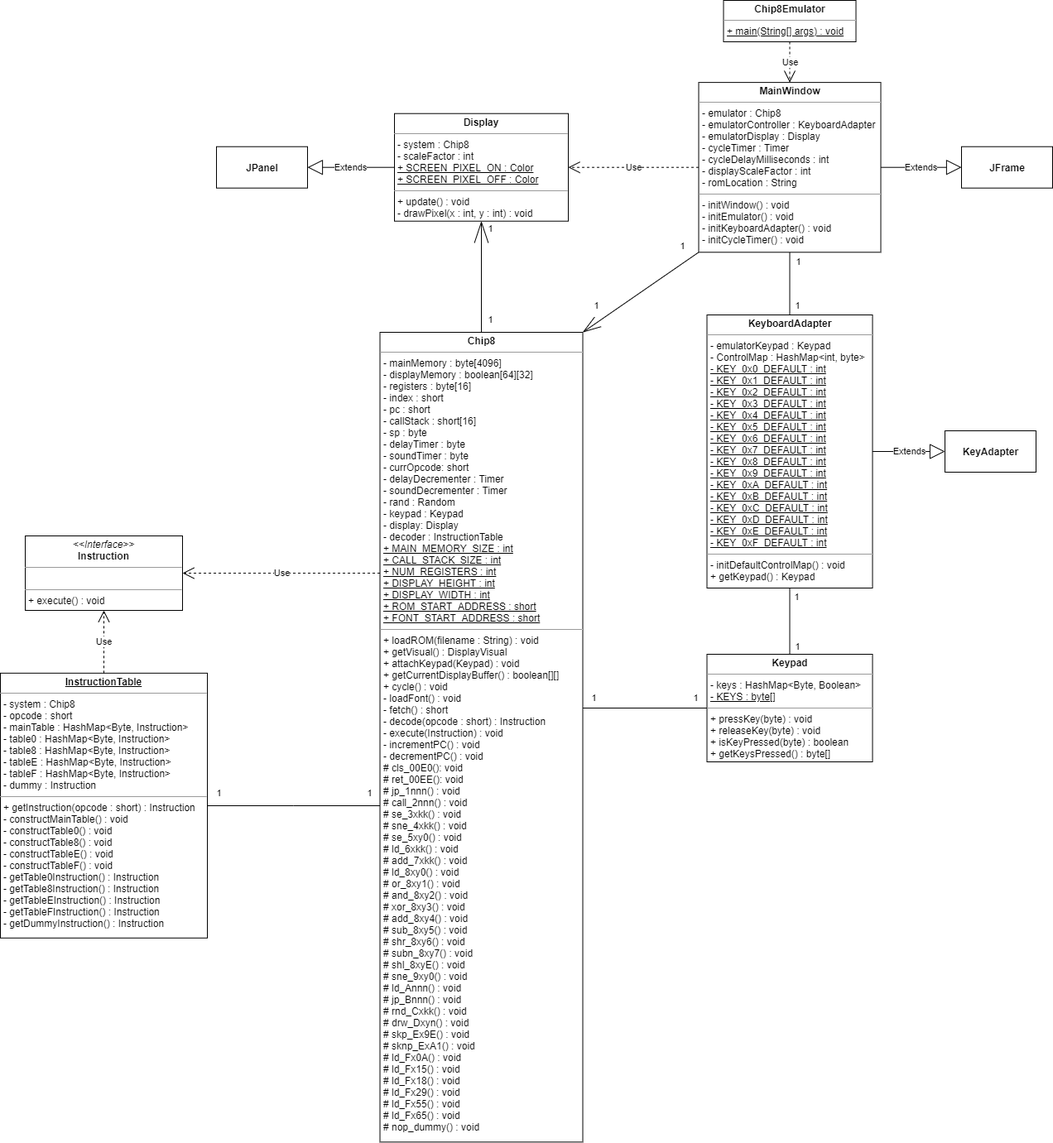
Earlier version of the draw.io export diagrams/ClassDiagram.png (Pokepeople02/Chip8). Source tidied: cells renumbered, new cells last; positions are measured from the earlier drawing's top-left corner, leaving out a move shared by most shapes.
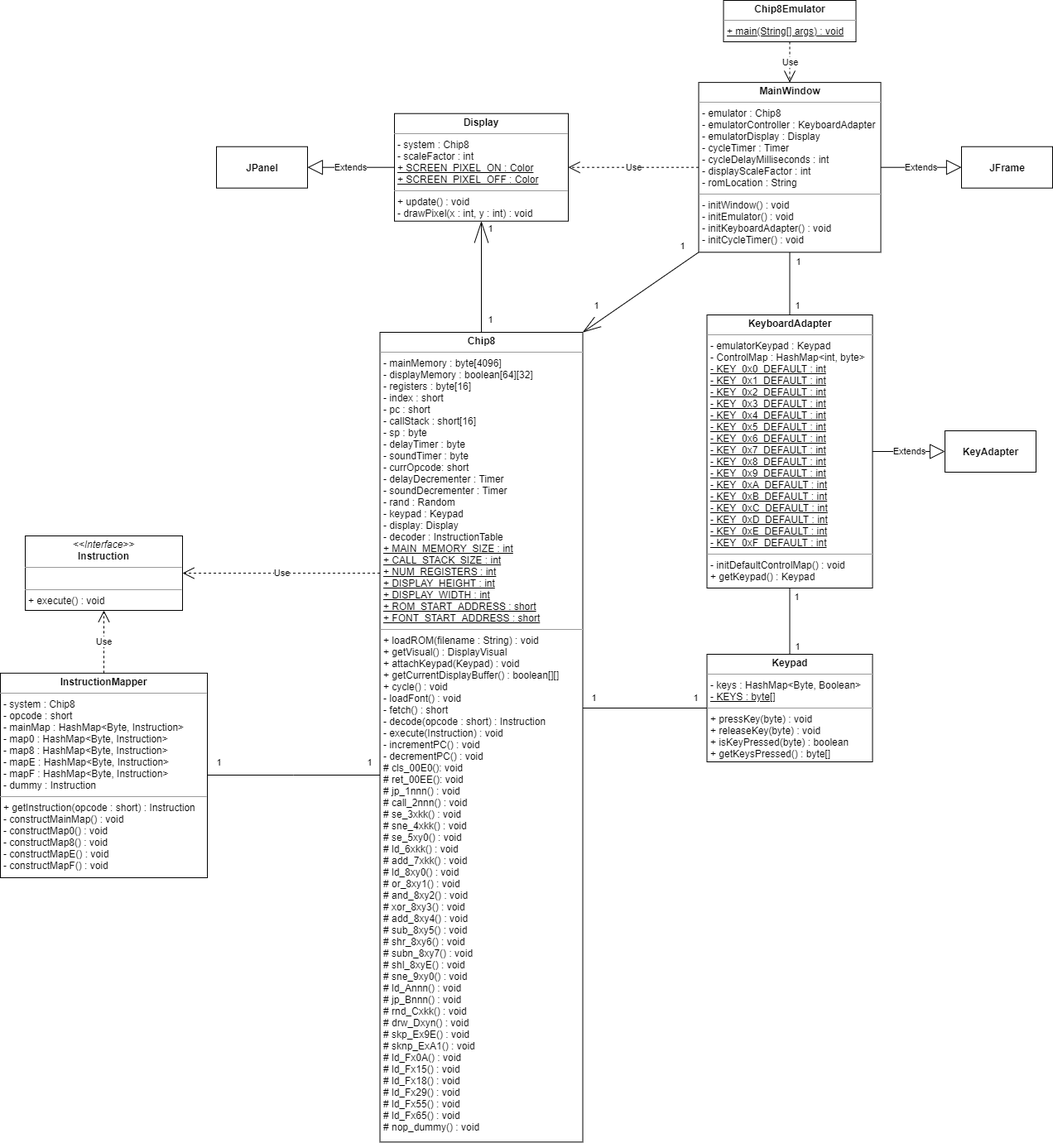
After the change.

Commit message:
Changed InstructionTable to InstructionMapper for better clarity.

Changed instances of 'Table' to 'Map' to better reflect the class'
nature.
Changed name of class from InstructionTable to InstructionMapper to
better reflect the class' nature.

Diff of the diagram source:
```diff
@@ -34,8 +34,8 @@
     <mxCell id="9" value="&lt;p style=&quot;margin: 0px ; margin-top: 4px ; text-align: center&quot;&gt;&lt;b&gt;Keypad&lt;/b&gt;&lt;/p&gt;&lt;hr size=&quot;1&quot;&gt;&lt;p style=&quot;margin: 0px ; margin-left: 4px&quot;&gt;- keys : HashMap&amp;lt;Byte, Boolean&amp;gt;&lt;/p&gt;&lt;p style=&quot;margin: 0px ; margin-left: 4px&quot;&gt;&lt;u&gt;- KEYS : byte[]&lt;/u&gt;&lt;/p&gt;&lt;hr size=&quot;1&quot;&gt;&lt;p style=&quot;margin: 0px ; margin-left: 4px&quot;&gt;&lt;span&gt;+ pressKey(byte) : void&lt;/span&gt;&lt;br&gt;&lt;/p&gt;&lt;p style=&quot;margin: 0px ; margin-left: 4px&quot;&gt;&lt;span&gt;+ releaseKey(byte) : void&lt;/span&gt;&lt;/p&gt;&lt;p style=&quot;margin: 0px ; margin-left: 4px&quot;&gt;+ isKeyPressed(byte) : boolean&lt;/p&gt;&lt;p style=&quot;margin: 0px ; margin-left: 4px&quot;&gt;+ getKeysPressed() : byte[]&lt;/p&gt;" style="verticalAlign=top;align=left;overflow=fill;fontSize=12;fontFamily=Helvetica;html=1;" parent="1" vertex="1">
       <mxGeometry x="853.5" y="790" width="200" height="130" as="geometry" />
     </mxCell>
-    <mxCell id="10" value="&lt;p style=&quot;margin: 0px ; margin-top: 4px ; text-align: center&quot;&gt;&lt;b&gt;&lt;u&gt;InstructionTable&lt;/u&gt;&lt;/b&gt;&lt;/p&gt;&lt;hr size=&quot;1&quot;&gt;&lt;p style=&quot;margin: 0px ; margin-left: 4px&quot;&gt;- system : Chip8&lt;/p&gt;&lt;p style=&quot;margin: 0px ; margin-left: 4px&quot;&gt;- opcode : short&lt;br&gt;&lt;/p&gt;&lt;p style=&quot;margin: 0px ; margin-left: 4px&quot;&gt;&lt;span&gt;- mainTable : HashMap&amp;lt;Byte, Instruction&amp;gt;&lt;/span&gt;&lt;/p&gt;&lt;p style=&quot;margin: 0px ; margin-left: 4px&quot;&gt;&lt;span&gt;- table0 : HashMap&amp;lt;Byte,&amp;nbsp;&lt;/span&gt;Instruction&lt;span&gt;&amp;gt;&lt;/span&gt;&lt;/p&gt;&lt;p style=&quot;margin: 0px ; margin-left: 4px&quot;&gt;&lt;span&gt;- table8 : HashMap&amp;lt;Byte,&amp;nbsp;&lt;/span&gt;Instruction&lt;span&gt;&amp;gt;&lt;/span&gt;&lt;/p&gt;&lt;p style=&quot;margin: 0px ; margin-left: 4px&quot;&gt;&lt;span&gt;- tableE : HashMap&amp;lt;Byte,&amp;nbsp;&lt;/span&gt;Instruction&lt;span&gt;&amp;gt;&lt;/span&gt;&lt;/p&gt;&lt;p style=&quot;margin: 0px ; margin-left: 4px&quot;&gt;&lt;span&gt;- tableF : HashMap&amp;lt;Byte,&amp;nbsp;&lt;/span&gt;Instruction&lt;span&gt;&amp;gt;&lt;/span&gt;&lt;/p&gt;&lt;p style=&quot;margin: 0px ; margin-left: 4px&quot;&gt;&lt;span&gt;- dummy : Instruction&lt;/span&gt;&lt;/p&gt;&lt;hr size=&quot;1&quot;&gt;&lt;p style=&quot;margin: 0px ; margin-left: 4px&quot;&gt;+ getInstruction(opcode : short) : Instruction&lt;br&gt;&lt;/p&gt;&lt;p style=&quot;margin: 0px ; margin-left: 4px&quot;&gt;- constructMainTable() : void&lt;/p&gt;&lt;p style=&quot;margin: 0px ; margin-left: 4px&quot;&gt;- constructTable0() : void&lt;/p&gt;&lt;p style=&quot;margin: 0px ; margin-left: 4px&quot;&gt;- constructTable8() : void&lt;/p&gt;&lt;p style=&quot;margin: 0px ; margin-left: 4px&quot;&gt;- constructTableE() : void&lt;/p&gt;&lt;p style=&quot;margin: 0px ; margin-left: 4px&quot;&gt;- constructTableF() : void&lt;/p&gt;&lt;p style=&quot;margin: 0px ; margin-left: 4px&quot;&gt;- getTable0Instruction() : Instruction&lt;/p&gt;&lt;p style=&quot;margin: 0px ; margin-left: 4px&quot;&gt;- getTable8Instruction() : Instruction&lt;/p&gt;&lt;p style=&quot;margin: 0px ; margin-left: 4px&quot;&gt;- getTableEInstruction() : Instruction&lt;/p&gt;&lt;p style=&quot;margin: 0px ; margin-left: 4px&quot;&gt;- getTableFInstruction() : Instruction&lt;/p&gt;&lt;p style=&quot;margin: 0px ; margin-left: 4px&quot;&gt;- getDummyInstruction() : Instruction&lt;/p&gt;" style="verticalAlign=top;align=left;overflow=fill;fontSize=12;fontFamily=Helvetica;html=1;" parent="1" vertex="1">
-      <mxGeometry y="812.8" width="250" height="320" as="geometry" />
+    <mxCell id="10" value="&lt;p style=&quot;margin: 0px ; margin-top: 4px ; text-align: center&quot;&gt;&lt;b&gt;InstructionMapper&lt;/b&gt;&lt;/p&gt;&lt;hr size=&quot;1&quot;&gt;&lt;p style=&quot;margin: 0px ; margin-left: 4px&quot;&gt;- system : Chip8&lt;/p&gt;&lt;p style=&quot;margin: 0px ; margin-left: 4px&quot;&gt;- opcode : short&lt;br&gt;&lt;/p&gt;&lt;p style=&quot;margin: 0px ; margin-left: 4px&quot;&gt;&lt;span&gt;- mainMap : HashMap&amp;lt;Byte, Instruction&amp;gt;&lt;/span&gt;&lt;/p&gt;&lt;p style=&quot;margin: 0px ; margin-left: 4px&quot;&gt;&lt;span&gt;- map0 : HashMap&amp;lt;Byte,&amp;nbsp;&lt;/span&gt;Instruction&lt;span&gt;&amp;gt;&lt;/span&gt;&lt;/p&gt;&lt;p style=&quot;margin: 0px ; margin-left: 4px&quot;&gt;&lt;span&gt;- map8 : HashMap&amp;lt;Byte,&amp;nbsp;&lt;/span&gt;Instruction&lt;span&gt;&amp;gt;&lt;/span&gt;&lt;/p&gt;&lt;p style=&quot;margin: 0px ; margin-left: 4px&quot;&gt;&lt;span&gt;- mapE : HashMap&amp;lt;Byte,&amp;nbsp;&lt;/span&gt;Instruction&lt;span&gt;&amp;gt;&lt;/span&gt;&lt;/p&gt;&lt;p style=&quot;margin: 0px ; margin-left: 4px&quot;&gt;&lt;span&gt;- mapF : HashMap&amp;lt;Byte,&amp;nbsp;&lt;/span&gt;Instruction&lt;span&gt;&amp;gt;&lt;/span&gt;&lt;/p&gt;&lt;p style=&quot;margin: 0px ; margin-left: 4px&quot;&gt;&lt;span&gt;- dummy : Instruction&lt;/span&gt;&lt;/p&gt;&lt;hr size=&quot;1&quot;&gt;&lt;p style=&quot;margin: 0px ; margin-left: 4px&quot;&gt;+ getInstruction(opcode : short) : Instruction&lt;br&gt;&lt;/p&gt;&lt;p style=&quot;margin: 0px ; margin-left: 4px&quot;&gt;- constructMainMap() : void&lt;/p&gt;&lt;p style=&quot;margin: 0px ; margin-left: 4px&quot;&gt;- constructMap0() : void&lt;/p&gt;&lt;p style=&quot;margin: 0px ; margin-left: 4px&quot;&gt;- constructMap8() : void&lt;/p&gt;&lt;p style=&quot;margin: 0px ; margin-left: 4px&quot;&gt;- constructMapE() : void&lt;/p&gt;&lt;p style=&quot;margin: 0px ; margin-left: 4px&quot;&gt;- constructMapF() : void&lt;/p&gt;" style="verticalAlign=top;align=left;overflow=fill;fontSize=12;fontFamily=Helvetica;html=1;" parent="1" vertex="1">
+      <mxGeometry y="812.8" width="250" height="247.2" as="geometry" />
     </mxCell>
     <mxCell id="11" value="Use" style="endArrow=open;endSize=12;dashed=1;html=1;" parent="1" edge="1" source="10" target="12">
       <mxGeometry relative="1" as="geometry" />
```
